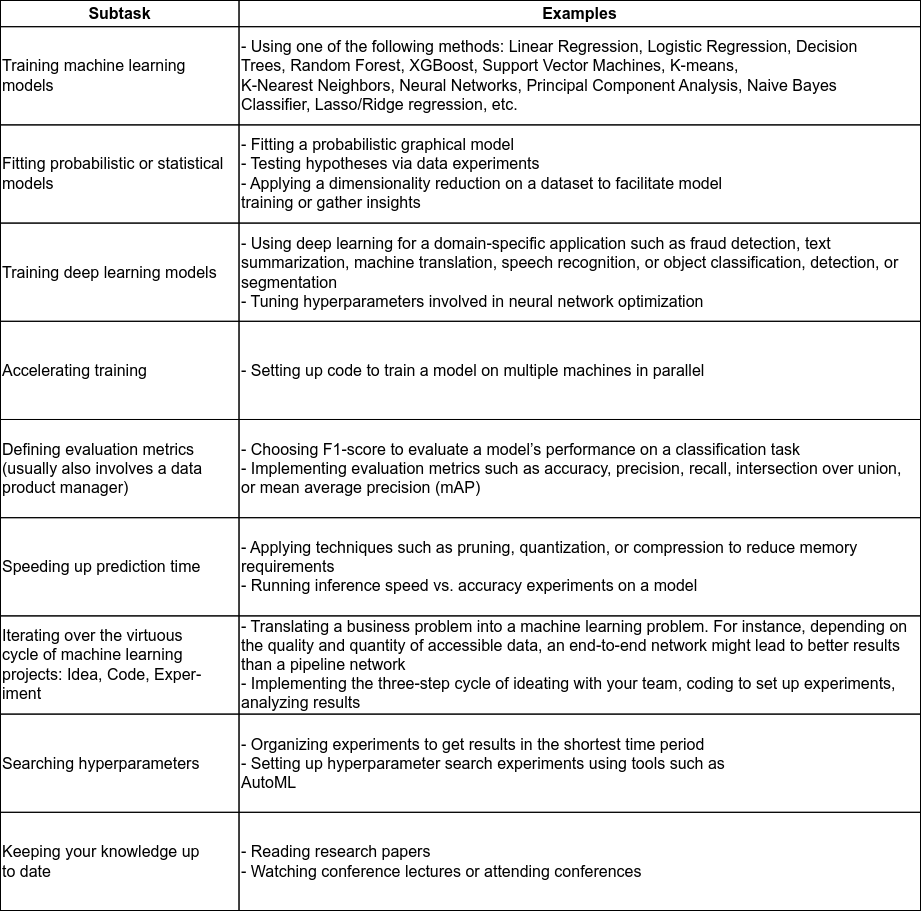
This is diagrams/tasks_modeling.drawio.png from ryndovaira-org/data_science_lectures, a draw.io export, as it was before one commit. Source tidied: cells renumbered, new cells last; positions are measured from the earlier drawing's top-left corner, leaving out a move shared by most shapes.
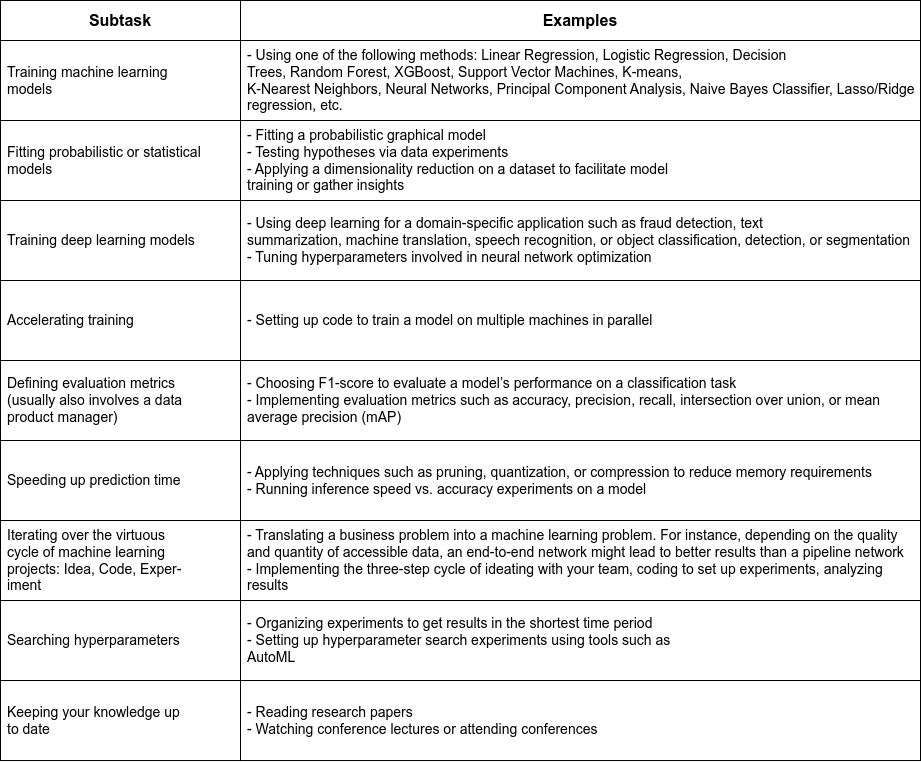
The same diagram one commit later.

Diff of the diagram source:
```diff
@@ -2,68 +2,65 @@
   <root>
     <mxCell id="0" />
     <mxCell id="1" parent="0" />
-    <mxCell id="2" style="group;fontSize=16;" parent="1" vertex="1">
-      <mxGeometry width="920" height="910" as="geometry" />
-    </mxCell>
-    <mxCell id="3" value="&lt;font style=&quot;font-size: 16px;&quot;&gt;Subtask&lt;/font&gt;" style="rounded=0;whiteSpace=wrap;html=1;fillColor=none;fontSize=16;fontStyle=1;" parent="2" vertex="1">
-      <mxGeometry width="238.5" height="26.2" as="geometry" />
+    <mxCell id="3" value="&lt;font style=&quot;font-size: 16px;&quot;&gt;Subtask&lt;/font&gt;" style="rounded=0;whiteSpace=wrap;html=1;fillColor=none;fontSize=16;fontStyle=1;" parent="1" vertex="1">
+      <mxGeometry width="240" height="40" as="geometry" />
     </mxCell>
-    <mxCell id="4" value="&lt;font style=&quot;font-size: 16px;&quot;&gt;Examples&lt;/font&gt;" style="rounded=0;whiteSpace=wrap;html=1;fillColor=none;fontSize=16;fontStyle=1;" parent="2" vertex="1">
-      <mxGeometry x="238.5" width="681.5" height="26.2" as="geometry" />
+    <mxCell id="4" value="&lt;font style=&quot;font-size: 16px;&quot;&gt;Examples&lt;/font&gt;" style="rounded=0;whiteSpace=wrap;html=1;fillColor=none;fontSize=16;fontStyle=1;" parent="1" vertex="1">
+      <mxGeometry x="240" width="680" height="40" as="geometry" />
     </mxCell>
-    <mxCell id="5" value="&lt;div style=&quot;font-size: 16px;&quot;&gt;&lt;div style=&quot;font-size: 16px;&quot;&gt;Training machine learning&lt;/div&gt;&lt;div style=&quot;font-size: 16px;&quot;&gt;models&lt;/div&gt;&lt;/div&gt;" style="rounded=0;whiteSpace=wrap;html=1;align=left;fontSize=16;fillColor=none;" parent="2" vertex="1">
-      <mxGeometry y="26.2" width="238.5" height="98.2" as="geometry" />
+    <mxCell id="5" value="&lt;div style=&quot;font-size: 14px;&quot;&gt;&lt;div style=&quot;font-size: 14px;&quot;&gt;Training machine learning&lt;/div&gt;&lt;div style=&quot;font-size: 14px;&quot;&gt;models&lt;/div&gt;&lt;/div&gt;" style="rounded=0;whiteSpace=wrap;html=1;align=left;fontSize=14;fillColor=none;spacingLeft=5;" parent="1" vertex="1">
+      <mxGeometry y="40" width="240" height="80" as="geometry" />
     </mxCell>
-    <mxCell id="6" value="&lt;div style=&quot;font-size: 16px;&quot;&gt;- Using one of the following methods: Linear Regression, Logistic Regression, Decision&lt;/div&gt;&lt;div style=&quot;font-size: 16px;&quot;&gt;Trees, Random Forest, XGBoost, Support Vector Machines, K-means,&amp;nbsp;&lt;/div&gt;&lt;div style=&quot;font-size: 16px;&quot;&gt;K-Nearest&amp;nbsp;&lt;span style=&quot;background-color: initial; font-size: 16px;&quot;&gt;Neighbors, Neural Networks, Principal Component Analysis, Naive Bayes Classifier,&amp;nbsp;&lt;/span&gt;&lt;span style=&quot;background-color: initial; font-size: 16px;&quot;&gt;Lasso/Ridge regression, etc.&lt;/span&gt;&lt;/div&gt;" style="rounded=0;whiteSpace=wrap;html=1;align=left;fontSize=16;fillColor=none;" parent="2" vertex="1">
-      <mxGeometry x="238.5" y="26.2" width="681.5" height="98.2" as="geometry" />
+    <mxCell id="6" value="&lt;div style=&quot;font-size: 14px;&quot;&gt;- Using one of the following methods: Linear Regression, Logistic Regression, Decision&lt;/div&gt;&lt;div style=&quot;font-size: 14px;&quot;&gt;Trees, Random Forest, XGBoost, Support Vector Machines, K-means,&amp;nbsp;&lt;/div&gt;&lt;div style=&quot;font-size: 14px;&quot;&gt;K-Nearest&amp;nbsp;&lt;span style=&quot;background-color: initial; font-size: 14px;&quot;&gt;Neighbors, Neural Networks, Principal Component Analysis, Naive Bayes Classifier,&amp;nbsp;&lt;/span&gt;&lt;span style=&quot;background-color: initial; font-size: 14px;&quot;&gt;Lasso/Ridge regression, etc.&lt;/span&gt;&lt;/div&gt;" style="rounded=0;whiteSpace=wrap;html=1;align=left;fontSize=14;fillColor=none;spacingLeft=5;" parent="1" vertex="1">
+      <mxGeometry x="240" y="40" width="680" height="80" as="geometry" />
     </mxCell>
-    <mxCell id="7" value="&lt;div style=&quot;font-size: 16px;&quot;&gt;Fitting probabilistic or statistical models&lt;br style=&quot;font-size: 16px;&quot;&gt;&lt;/div&gt;" style="rounded=0;html=1;fontSize=16;align=left;labelBackgroundColor=none;fillColor=none;whiteSpace=wrap;" parent="2" vertex="1">
-      <mxGeometry y="124.4" width="238.5" height="98.2" as="geometry" />
+    <mxCell id="7" value="&lt;div style=&quot;font-size: 14px;&quot;&gt;Fitting probabilistic or statistical models&lt;br style=&quot;font-size: 14px;&quot;&gt;&lt;/div&gt;" style="rounded=0;html=1;fontSize=14;align=left;labelBackgroundColor=none;fillColor=none;whiteSpace=wrap;spacingLeft=5;" parent="1" vertex="1">
+      <mxGeometry y="120" width="240" height="80" as="geometry" />
     </mxCell>
-    <mxCell id="8" value="&lt;div style=&quot;font-size: 16px;&quot;&gt;- Fitting a probabilistic graphical model&lt;/div&gt;&lt;div style=&quot;font-size: 16px;&quot;&gt;- Testing hypotheses via data experiments&lt;/div&gt;&lt;div style=&quot;font-size: 16px;&quot;&gt;- Applying a dimensionality reduction on a dataset to facilitate model&lt;/div&gt;&lt;div style=&quot;font-size: 16px;&quot;&gt;training or gather insights&lt;/div&gt;" style="rounded=0;html=1;fontSize=16;align=left;labelBackgroundColor=none;fillColor=none;whiteSpace=wrap;" parent="2" vertex="1">
-      <mxGeometry x="238.5" y="124.4" width="681.5" height="98.2" as="geometry" />
+    <mxCell id="8" value="&lt;div style=&quot;font-size: 14px;&quot;&gt;- Fitting a probabilistic graphical model&lt;/div&gt;&lt;div style=&quot;font-size: 14px;&quot;&gt;- Testing hypotheses via data experiments&lt;/div&gt;&lt;div style=&quot;font-size: 14px;&quot;&gt;- Applying a dimensionality reduction on a dataset to facilitate model&lt;/div&gt;&lt;div style=&quot;font-size: 14px;&quot;&gt;training or gather insights&lt;/div&gt;" style="rounded=0;html=1;fontSize=14;align=left;labelBackgroundColor=none;fillColor=none;whiteSpace=wrap;spacingLeft=5;" parent="1" vertex="1">
+      <mxGeometry x="240" y="120" width="680" height="80" as="geometry" />
     </mxCell>
-    <mxCell id="9" value="Training deep learning models" style="rounded=0;html=1;fontSize=16;align=left;labelBackgroundColor=none;fillColor=none;whiteSpace=wrap;" parent="2" vertex="1">
-      <mxGeometry y="222.6" width="238.5" height="98.2" as="geometry" />
+    <mxCell id="9" value="Training deep learning models" style="rounded=0;html=1;fontSize=14;align=left;labelBackgroundColor=none;fillColor=none;whiteSpace=wrap;spacingLeft=5;" parent="1" vertex="1">
+      <mxGeometry y="200" width="240" height="80" as="geometry" />
     </mxCell>
-    <mxCell id="10" value="&lt;div style=&quot;font-size: 16px;&quot;&gt;- Using deep learning for a domain-specific application such as fraud detection, text&lt;/div&gt;&lt;div style=&quot;font-size: 16px;&quot;&gt;summarization, machine translation, speech recognition, or object&amp;nbsp;&lt;span style=&quot;background-color: initial; font-size: 16px;&quot;&gt;classification, detection, or segmentation&lt;/span&gt;&lt;/div&gt;&lt;div style=&quot;font-size: 16px;&quot;&gt;- Tuning hyperparameters involved in neural network optimization&lt;/div&gt;" style="rounded=0;html=1;fontSize=16;align=left;labelBackgroundColor=none;fillColor=none;whiteSpace=wrap;" parent="2" vertex="1">
-      <mxGeometry x="238.5" y="222.6" width="681.5" height="98.2" as="geometry" />
+    <mxCell id="10" value="&lt;div style=&quot;font-size: 14px;&quot;&gt;- Using deep learning for a domain-specific application such as fraud detection, text&lt;/div&gt;&lt;div style=&quot;font-size: 14px;&quot;&gt;summarization, machine translation, speech recognition, or object&amp;nbsp;&lt;span style=&quot;background-color: initial; font-size: 14px;&quot;&gt;classification, detection, or segmentation&lt;/span&gt;&lt;/div&gt;&lt;div style=&quot;font-size: 14px;&quot;&gt;- Tuning hyperparameters involved in neural network optimization&lt;/div&gt;" style="rounded=0;html=1;fontSize=14;align=left;labelBackgroundColor=none;fillColor=none;whiteSpace=wrap;spacingLeft=5;" parent="1" vertex="1">
+      <mxGeometry x="240" y="200" width="680" height="80" as="geometry" />
     </mxCell>
-    <mxCell id="11" value="Accelerating training" style="rounded=0;html=1;fontSize=16;align=left;labelBackgroundColor=none;fillColor=none;whiteSpace=wrap;" parent="2" vertex="1">
-      <mxGeometry y="320.8" width="238.5" height="98.2" as="geometry" />
+    <mxCell id="11" value="Accelerating training" style="rounded=0;html=1;fontSize=14;align=left;labelBackgroundColor=none;fillColor=none;whiteSpace=wrap;spacingLeft=5;" parent="1" vertex="1">
+      <mxGeometry y="280" width="240" height="80" as="geometry" />
     </mxCell>
-    <mxCell id="12" value="- Setting up code to train a model on multiple machines in parallel" style="rounded=0;html=1;fontSize=16;align=left;labelBackgroundColor=none;fillColor=none;whiteSpace=wrap;" parent="2" vertex="1">
-      <mxGeometry x="238.5" y="320.8" width="681.5" height="98.2" as="geometry" />
+    <mxCell id="12" value="- Setting up code to train a model on multiple machines in parallel" style="rounded=0;html=1;fontSize=14;align=left;labelBackgroundColor=none;fillColor=none;whiteSpace=wrap;spacingLeft=5;" parent="1" vertex="1">
+      <mxGeometry x="240" y="280" width="680" height="80" as="geometry" />
     </mxCell>
-    <mxCell id="13" value="&lt;div style=&quot;font-size: 16px;&quot;&gt;Defining evaluation metrics&lt;/div&gt;&lt;div style=&quot;font-size: 16px;&quot;&gt;(usually also involves a data&lt;/div&gt;&lt;div style=&quot;font-size: 16px;&quot;&gt;product manager)&lt;/div&gt;" style="rounded=0;html=1;fontSize=16;align=left;labelBackgroundColor=none;fillColor=none;whiteSpace=wrap;" parent="2" vertex="1">
-      <mxGeometry y="419" width="238.5" height="98.2" as="geometry" />
+    <mxCell id="13" value="&lt;div style=&quot;font-size: 14px;&quot;&gt;Defining evaluation metrics&lt;/div&gt;&lt;div style=&quot;font-size: 14px;&quot;&gt;(usually also involves a data&lt;/div&gt;&lt;div style=&quot;font-size: 14px;&quot;&gt;product manager)&lt;/div&gt;" style="rounded=0;html=1;fontSize=14;align=left;labelBackgroundColor=none;fillColor=none;whiteSpace=wrap;spacingLeft=5;" parent="1" vertex="1">
+      <mxGeometry y="360" width="240" height="80" as="geometry" />
     </mxCell>
-    <mxCell id="14" value="&lt;div style=&quot;font-size: 16px;&quot;&gt;- Choosing F1-score to evaluate a model’s performance on a classification task&lt;/div&gt;&lt;div style=&quot;font-size: 16px;&quot;&gt;- Implementing evaluation metrics such as accuracy, precision, recall,&amp;nbsp;&lt;span style=&quot;background-color: initial; font-size: 16px;&quot;&gt;intersection over union, or mean average precision (mAP)&lt;/span&gt;&lt;/div&gt;" style="rounded=0;html=1;fontSize=16;align=left;labelBackgroundColor=none;fillColor=none;whiteSpace=wrap;" parent="2" vertex="1">
-      <mxGeometry x="238.5" y="419" width="681.5" height="98.2" as="geometry" />
+    <mxCell id="14" value="&lt;div style=&quot;font-size: 14px;&quot;&gt;- Choosing F1-score to evaluate a model’s performance on a classification task&lt;/div&gt;&lt;div style=&quot;font-size: 14px;&quot;&gt;- Implementing evaluation metrics such as accuracy, precision, recall,&amp;nbsp;&lt;span style=&quot;background-color: initial; font-size: 14px;&quot;&gt;intersection over union, or mean average precision (mAP)&lt;/span&gt;&lt;/div&gt;" style="rounded=0;html=1;fontSize=14;align=left;labelBackgroundColor=none;fillColor=none;whiteSpace=wrap;spacingLeft=5;" parent="1" vertex="1">
+      <mxGeometry x="240" y="360" width="680" height="80" as="geometry" />
     </mxCell>
-    <mxCell id="15" value="Speeding up prediction time" style="rounded=0;html=1;fontSize=16;align=left;labelBackgroundColor=none;fillColor=none;whiteSpace=wrap;" parent="2" vertex="1">
-      <mxGeometry y="517.2" width="238.5" height="98.2" as="geometry" />
+    <mxCell id="15" value="Speeding up prediction time" style="rounded=0;html=1;fontSize=14;align=left;labelBackgroundColor=none;fillColor=none;whiteSpace=wrap;spacingLeft=5;" parent="1" vertex="1">
+      <mxGeometry y="440" width="240" height="80" as="geometry" />
     </mxCell>
-    <mxCell id="16" value="&lt;div style=&quot;font-size: 16px;&quot;&gt;- Applying techniques such as pruning, quantization, or compression to&amp;nbsp;&lt;span style=&quot;background-color: initial; font-size: 16px;&quot;&gt;reduce memory requirements&lt;/span&gt;&lt;/div&gt;&lt;div style=&quot;font-size: 16px;&quot;&gt;- Running inference speed vs. accuracy experiments on a model&lt;/div&gt;" style="rounded=0;html=1;fontSize=16;align=left;labelBackgroundColor=none;fillColor=none;whiteSpace=wrap;" parent="2" vertex="1">
-      <mxGeometry x="238.5" y="517.2" width="681.5" height="98.2" as="geometry" />
+    <mxCell id="16" value="&lt;div style=&quot;font-size: 14px;&quot;&gt;- Applying techniques such as pruning, quantization, or compression to&amp;nbsp;&lt;span style=&quot;background-color: initial; font-size: 14px;&quot;&gt;reduce memory requirements&lt;/span&gt;&lt;/div&gt;&lt;div style=&quot;font-size: 14px;&quot;&gt;- Running inference speed vs. accuracy experiments on a model&lt;/div&gt;" style="rounded=0;html=1;fontSize=14;align=left;labelBackgroundColor=none;fillColor=none;whiteSpace=wrap;spacingLeft=5;" parent="1" vertex="1">
+      <mxGeometry x="240" y="440" width="680" height="80" as="geometry" />
     </mxCell>
-    <mxCell id="17" value="&lt;div style=&quot;font-size: 16px;&quot;&gt;Iterating over the virtuous&lt;/div&gt;&lt;div style=&quot;font-size: 16px;&quot;&gt;cycle of machine learning&lt;/div&gt;&lt;div style=&quot;font-size: 16px;&quot;&gt;projects: Idea, Code, Exper-&lt;/div&gt;&lt;div style=&quot;font-size: 16px;&quot;&gt;iment&lt;/div&gt;" style="rounded=0;html=1;fontSize=16;align=left;labelBackgroundColor=none;fillColor=none;whiteSpace=wrap;" parent="2" vertex="1">
-      <mxGeometry y="615.4" width="238.5" height="98.2" as="geometry" />
+    <mxCell id="17" value="&lt;div style=&quot;font-size: 14px;&quot;&gt;Iterating over the virtuous&lt;/div&gt;&lt;div style=&quot;font-size: 14px;&quot;&gt;cycle of machine learning&lt;/div&gt;&lt;div style=&quot;font-size: 14px;&quot;&gt;projects: Idea, Code, Exper-&lt;/div&gt;&lt;div style=&quot;font-size: 14px;&quot;&gt;iment&lt;/div&gt;" style="rounded=0;html=1;fontSize=14;align=left;labelBackgroundColor=none;fillColor=none;whiteSpace=wrap;spacingLeft=5;" parent="1" vertex="1">
+      <mxGeometry y="520" width="240" height="80" as="geometry" />
     </mxCell>
-    <mxCell id="18" value="&lt;div style=&quot;font-size: 16px;&quot;&gt;- Translating a business problem into a machine learning problem. For&amp;nbsp;&lt;span style=&quot;background-color: initial; font-size: 16px;&quot;&gt;instance, depending on the quality and quantity of accessible data, an&amp;nbsp;&lt;/span&gt;&lt;span style=&quot;background-color: initial; font-size: 16px;&quot;&gt;end-to-end network might lead to better results than a pipeline network&amp;nbsp;&lt;/span&gt;&lt;/div&gt;&lt;div style=&quot;font-size: 16px;&quot;&gt;&lt;span style=&quot;background-color: initial; font-size: 16px;&quot;&gt;- Implementing the three-step cycle of ideating with your team, coding&amp;nbsp;&lt;/span&gt;&lt;span style=&quot;background-color: initial; font-size: 16px;&quot;&gt;to set up experiments, analyzing results&lt;/span&gt;&lt;/div&gt;" style="rounded=0;html=1;fontSize=16;align=left;labelBackgroundColor=none;fillColor=none;whiteSpace=wrap;" parent="2" vertex="1">
-      <mxGeometry x="238.5" y="615.4" width="681.5" height="98.2" as="geometry" />
+    <mxCell id="18" value="&lt;div style=&quot;font-size: 14px;&quot;&gt;- Translating a business problem into a machine learning problem. For&amp;nbsp;&lt;span style=&quot;background-color: initial; font-size: 14px;&quot;&gt;instance, depending on the quality and quantity of accessible data, an&amp;nbsp;&lt;/span&gt;&lt;span style=&quot;background-color: initial; font-size: 14px;&quot;&gt;end-to-end network might lead to better results than a pipeline network&amp;nbsp;&lt;/span&gt;&lt;/div&gt;&lt;div style=&quot;font-size: 14px;&quot;&gt;&lt;span style=&quot;background-color: initial; font-size: 14px;&quot;&gt;- Implementing the three-step cycle of ideating with your team, coding&amp;nbsp;&lt;/span&gt;&lt;span style=&quot;background-color: initial; font-size: 14px;&quot;&gt;to set up experiments, analyzing results&lt;/span&gt;&lt;/div&gt;" style="rounded=0;html=1;fontSize=14;align=left;labelBackgroundColor=none;fillColor=none;whiteSpace=wrap;spacingLeft=5;" parent="1" vertex="1">
+      <mxGeometry x="240" y="520" width="680" height="80" as="geometry" />
     </mxCell>
-    <mxCell id="19" value="Searching hyperparameters" style="rounded=0;html=1;fontSize=16;align=left;labelBackgroundColor=none;fillColor=none;whiteSpace=wrap;" parent="2" vertex="1">
-      <mxGeometry y="713.6" width="238.5" height="98.2" as="geometry" />
+    <mxCell id="19" value="Searching hyperparameters" style="rounded=0;html=1;fontSize=14;align=left;labelBackgroundColor=none;fillColor=none;whiteSpace=wrap;spacingLeft=5;" parent="1" vertex="1">
+      <mxGeometry y="600" width="240" height="80" as="geometry" />
     </mxCell>
-    <mxCell id="20" value="- Organizing experiments to get results in the shortest time period&lt;br style=&quot;font-size: 16px;&quot;&gt;&lt;div style=&quot;font-size: 16px;&quot;&gt;- Setting up hyperparameter search experiments using tools such as&lt;/div&gt;&lt;div style=&quot;font-size: 16px;&quot;&gt;AutoML&lt;/div&gt;" style="rounded=0;html=1;fontSize=16;align=left;labelBackgroundColor=none;fillColor=none;whiteSpace=wrap;" parent="2" vertex="1">
-      <mxGeometry x="238.5" y="713.6" width="681.5" height="98.2" as="geometry" />
+    <mxCell id="20" value="- Organizing experiments to get results in the shortest time period&lt;br style=&quot;font-size: 14px;&quot;&gt;&lt;div style=&quot;font-size: 14px;&quot;&gt;- Setting up hyperparameter search experiments using tools such as&lt;/div&gt;&lt;div style=&quot;font-size: 14px;&quot;&gt;AutoML&lt;/div&gt;" style="rounded=0;html=1;fontSize=14;align=left;labelBackgroundColor=none;fillColor=none;whiteSpace=wrap;spacingLeft=5;" parent="1" vertex="1">
+      <mxGeometry x="240" y="600" width="680" height="80" as="geometry" />
     </mxCell>
-    <mxCell id="21" value="&lt;div style=&quot;font-size: 16px;&quot;&gt;Keeping your knowledge up&lt;/div&gt;&lt;div style=&quot;font-size: 16px;&quot;&gt;to date&lt;/div&gt;" style="rounded=0;html=1;fontSize=16;align=left;labelBackgroundColor=none;fillColor=none;whiteSpace=wrap;" parent="2" vertex="1">
-      <mxGeometry y="811.8" width="238.5" height="98.2" as="geometry" />
+    <mxCell id="21" value="&lt;div style=&quot;font-size: 14px;&quot;&gt;Keeping your knowledge up&lt;/div&gt;&lt;div style=&quot;font-size: 14px;&quot;&gt;to date&lt;/div&gt;" style="rounded=0;html=1;fontSize=14;align=left;labelBackgroundColor=none;fillColor=none;whiteSpace=wrap;spacingLeft=5;" parent="1" vertex="1">
+      <mxGeometry y="680" width="240" height="80" as="geometry" />
     </mxCell>
-    <mxCell id="22" value="&lt;div style=&quot;font-size: 16px;&quot;&gt;- Reading research papers&lt;/div&gt;&lt;div style=&quot;font-size: 16px;&quot;&gt;- Watching conference lectures or attending conferences&lt;/div&gt;" style="rounded=0;html=1;fontSize=16;align=left;labelBackgroundColor=none;fillColor=none;whiteSpace=wrap;" parent="2" vertex="1">
-      <mxGeometry x="238.5" y="811.8" width="681.5" height="98.2" as="geometry" />
+    <mxCell id="22" value="&lt;div style=&quot;font-size: 14px;&quot;&gt;- Reading research papers&lt;/div&gt;&lt;div style=&quot;font-size: 14px;&quot;&gt;- Watching conference lectures or attending conferences&lt;/div&gt;" style="rounded=0;html=1;fontSize=14;align=left;labelBackgroundColor=none;fillColor=none;whiteSpace=wrap;spacingLeft=5;" parent="1" vertex="1">
+      <mxGeometry x="240" y="680" width="680" height="80" as="geometry" />
     </mxCell>
   </root>
 </mxGraphModel>
```
